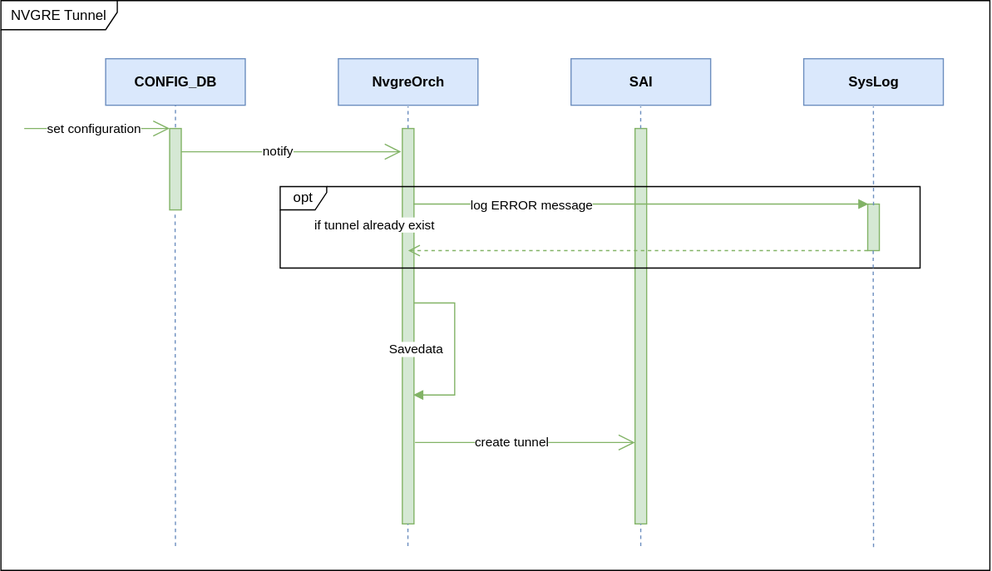
Earlier version of the draw.io export doc/nvgre_tunnel/images/nvgre_tunnel_create_uml.svg (sonic-net/SONiC). Source tidied: cells renumbered, new cells last; positions are measured from the earlier drawing's top-left corner, leaving out a move shared by most shapes.
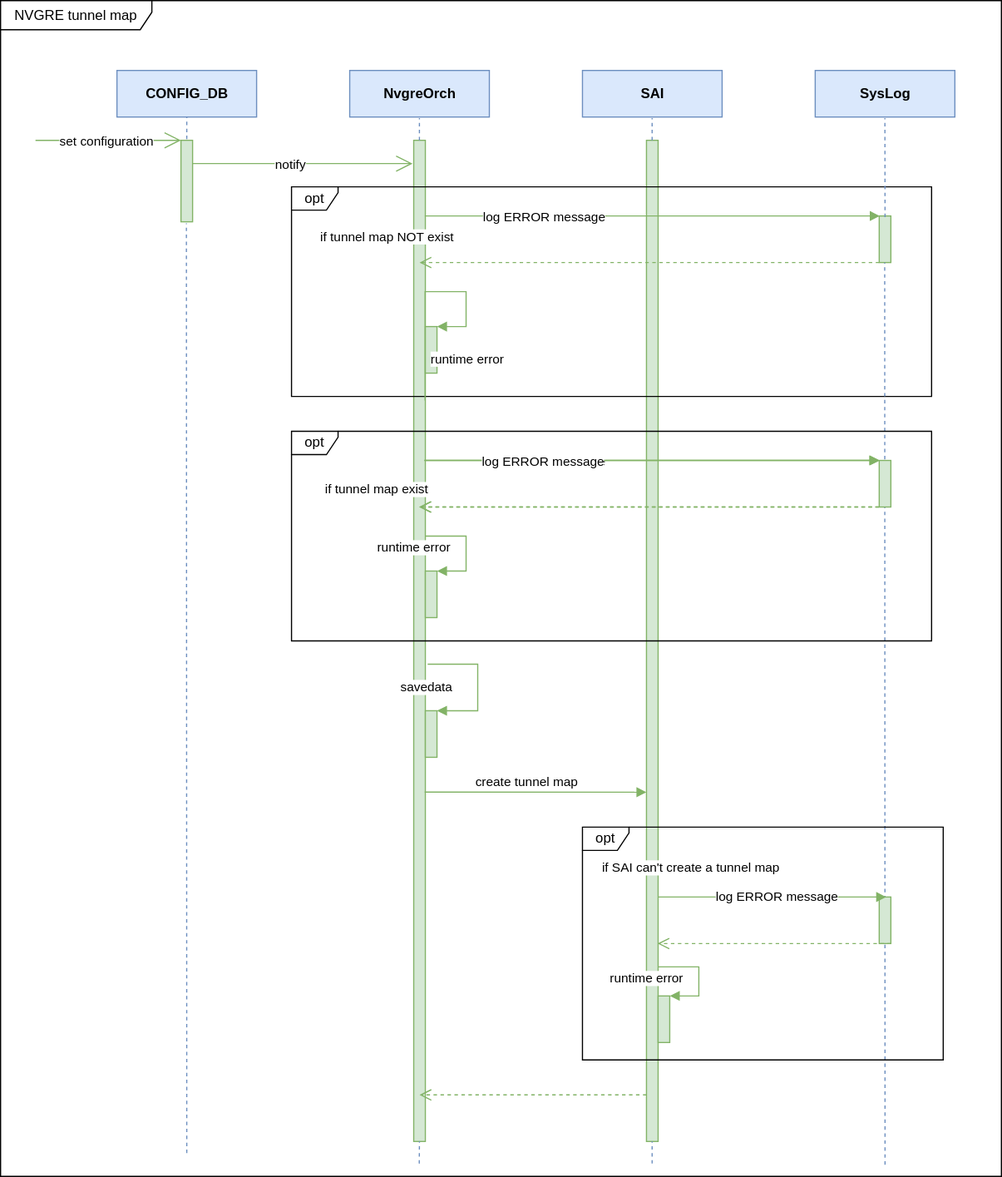
The same file after the commit.

Diff of the diagram source:
```diff
@@ -26,18 +26,8 @@
       </mxGeometry>
     </mxCell>
     <mxCell id="8" style="html=1;points=[];perimeter=orthogonalPerimeter;fillColor=#d5e8d4;strokeColor=#82b366;" parent="1" vertex="1">
-      <mxGeometry x="345" y="110" width="10" height="340" as="geometry" />
+      <mxGeometry x="345" y="110" width="10" height="860" as="geometry" />
     </mxCell>
-    <mxCell id="9" value="Savedata" style="edgeStyle=orthogonalEdgeStyle;html=1;align=left;spacingLeft=2;endArrow=block;rounded=0;shadow=0;fillColor=#d5e8d4;strokeColor=#82b366;entryX=0.944;entryY=0.674;entryDx=0;entryDy=0;entryPerimeter=0;" parent="1" edge="1" target="8">
-      <mxGeometry x="-1" y="-47" relative="1" as="geometry">
-        <mxPoint x="355" y="260" as="sourcePoint" />
-        <Array as="points">
-          <mxPoint x="390" y="260" />
-          <mxPoint x="390" y="339" />
-        </Array>
-        <mxPoint x="-25" y="-7" as="offset" />
-      </mxGeometry>
-    </mxCell>
     <mxCell id="10" style="endArrow=open;endFill=1;endSize=12;html=1;fillColor=#d5e8d4;strokeColor=#82b366;" parent="1" edge="1">
       <mxGeometry relative="1" as="geometry">
         <mxPoint x="155" y="130" as="sourcePoint" />
@@ -50,22 +40,12 @@
       </mxGeometry>
     </mxCell>
     <mxCell id="12" style="html=1;perimeter=orthogonalPerimeter;fillColor=#d5e8d4;strokeColor=#82b366;" parent="1" vertex="1">
-      <mxGeometry x="545" y="110" width="10" height="340" as="geometry" />
+      <mxGeometry x="545" y="110" width="10" height="860" as="geometry" />
     </mxCell>
-    <mxCell id="13" style="endArrow=open;endFill=1;endSize=12;html=1;fillColor=#d5e8d4;strokeColor=#82b366;exitX=1.091;exitY=0.794;exitDx=0;exitDy=0;exitPerimeter=0;" parent="1" edge="1" source="8">
-      <mxGeometry relative="1" as="geometry">
-        <mxPoint x="545" y="380" as="targetPoint" />
-      </mxGeometry>
-    </mxCell>
-    <mxCell id="14" value="create tunnel" style="edgeLabel;html=1;align=center;verticalAlign=middle;" parent="13" vertex="1">
-      <mxGeometry x="-0.28" y="3" relative="1" as="geometry">
-        <mxPoint x="15" y="3" as="offset" />
-      </mxGeometry>
-    </mxCell>
     <mxCell id="15" value="opt" style="shape=umlFrame;whiteSpace=wrap;html=1;width=40;height=20;fillColor=#FFFFFF;" parent="1" vertex="1">
-      <mxGeometry x="240" y="160" width="550" height="70" as="geometry" />
+      <mxGeometry x="240" y="150" width="550" height="180" as="geometry" />
     </mxCell>
-    <mxCell id="16" value="if tunnel already exist" style="edgeLabel;html=1;align=center;verticalAlign=middle;" parent="1" vertex="1">
+    <mxCell id="16" value="if tunnel map NOT exist" style="edgeLabel;html=1;align=center;verticalAlign=middle;" parent="1" vertex="1">
       <mxGeometry x="320" y="195" as="geometry">
         <mxPoint x="1" y="-2" as="offset" />
       </mxGeometry>
@@ -117,29 +97,163 @@
     </mxCell>
     <mxCell id="25" style="endArrow=none;dashed=1;html=1;shadow=0;fillColor=#dae8fc;strokeColor=#6c8ebf;" parent="1" edge="1">
       <mxGeometry relative="1" as="geometry">
-        <mxPoint x="750" y="470" as="sourcePoint" />
+        <mxPoint x="750" y="990" as="sourcePoint" />
         <mxPoint x="749.7" y="215" as="targetPoint" />
       </mxGeometry>
     </mxCell>
-    <mxCell id="26" style="endArrow=none;dashed=1;html=1;shadow=0;fillColor=#dae8fc;strokeColor=#6c8ebf;" parent="1" edge="1">
-      <mxGeometry relative="1" as="geometry">
-        <mxPoint x="549.9" y="469" as="sourcePoint" />
-        <mxPoint x="549.9" y="450" as="targetPoint" />
-      </mxGeometry>
-    </mxCell>
-    <mxCell id="27" style="endArrow=none;dashed=1;html=1;shadow=0;fillColor=#dae8fc;strokeColor=#6c8ebf;" parent="1" edge="1">
-      <mxGeometry relative="1" as="geometry">
-        <mxPoint x="349.8" y="469" as="sourcePoint" />
-        <mxPoint x="349.8" y="450" as="targetPoint" />
-      </mxGeometry>
-    </mxCell>
     <mxCell id="28" style="endArrow=none;dashed=1;html=1;shadow=0;fillColor=#dae8fc;strokeColor=#6c8ebf;entryX=0.467;entryY=1.018;entryDx=0;entryDy=0;entryPerimeter=0;" parent="1" edge="1" target="5">
       <mxGeometry relative="1" as="geometry">
-        <mxPoint x="150" y="469" as="sourcePoint" />
+        <mxPoint x="150" y="980" as="sourcePoint" />
       </mxGeometry>
     </mxCell>
-    <mxCell id="29" value="NVGRE Tunnel" style="shape=umlFrame;whiteSpace=wrap;html=1;fillColor=#FFFFFF;width=100;height=25;" parent="1" vertex="1">
-      <mxGeometry width="850" height="490" as="geometry" />
-    </mxCell>
+    <mxCell id="30" style="endArrow=none;dashed=1;html=1;shadow=0;fillColor=#dae8fc;strokeColor=#6c8ebf;" parent="1" edge="1">
+      <mxGeometry relative="1" as="geometry">
+        <mxPoint x="349.8" y="989" as="sourcePoint" />
+        <mxPoint x="349.8" y="970" as="targetPoint" />
+        <Array as="points">
+          <mxPoint x="349.9" y="970" />
+        </Array>
+      </mxGeometry>
+    </mxCell>
+    <mxCell id="31" style="endArrow=none;dashed=1;html=1;shadow=0;fillColor=#dae8fc;strokeColor=#6c8ebf;" parent="1" edge="1">
+      <mxGeometry relative="1" as="geometry">
+        <mxPoint x="549.9" y="989" as="sourcePoint" />
+        <mxPoint x="549.9" y="970" as="targetPoint" />
+      </mxGeometry>
+    </mxCell>
+    <mxCell id="32" value="NVGRE tunnel map" style="shape=umlFrame;whiteSpace=wrap;html=1;fillColor=#FFFFFF;width=130;height=25;" parent="1" vertex="1">
+      <mxGeometry x="-10" y="-10" width="860" height="1010" as="geometry" />
+    </mxCell>
+    <mxCell id="33" style="html=1;points=[];perimeter=orthogonalPerimeter;fillColor=#d5e8d4;strokeColor=#82b366;" parent="1" vertex="1">
+      <mxGeometry x="355" y="270" width="10" height="40" as="geometry" />
+    </mxCell>
+    <mxCell id="34" value="runtime error" style="edgeStyle=orthogonalEdgeStyle;html=1;align=left;spacingLeft=2;endArrow=block;rounded=0;entryX=1;entryY=0;exitX=0.981;exitY=0.26;exitDx=0;exitDy=0;exitPerimeter=0;fillColor=#d5e8d4;strokeColor=#82b366;" parent="1" edge="1" source="8" target="33">
+      <mxGeometry x="-1" y="-46" relative="1" as="geometry">
+        <Array as="points">
+          <mxPoint x="390" y="240" />
+          <mxPoint x="390" y="270" />
+        </Array>
+        <mxPoint x="-45" y="-36" as="offset" />
+      </mxGeometry>
+    </mxCell>
+    <mxCell id="35" value="opt" style="shape=umlFrame;whiteSpace=wrap;html=1;width=40;height=20;fillColor=#FFFFFF;" parent="1" vertex="1">
+      <mxGeometry x="240" y="360" width="550" height="180" as="geometry" />
+    </mxCell>
+    <mxCell id="36" style="html=1;perimeter=orthogonalPerimeter;fillColor=#d5e8d4;strokeColor=#82b366;" parent="1" vertex="1">
+      <mxGeometry x="745" y="385" width="10" height="40" as="geometry" />
+    </mxCell>
+    <mxCell id="37" value="log ERROR message" style="edgeStyle=orthogonalEdgeStyle;html=1;align=left;spacingLeft=2;endArrow=block;rounded=0;shadow=0;fillColor=#d5e8d4;strokeColor=#82b366;" parent="1" edge="1">
+      <mxGeometry x="-0.77" y="-1" relative="1" as="geometry">
+        <mxPoint x="354.5" y="385" as="sourcePoint" />
+        <mxPoint x="745.5" y="385" as="targetPoint" />
+        <Array as="points">
+          <mxPoint x="354.5" y="385" />
+        </Array>
+      </mxGeometry>
+    </mxCell>
+    <mxCell id="38" style="html=1;verticalAlign=bottom;endArrow=open;dashed=1;endSize=8;shadow=0;fillColor=#d5e8d4;strokeColor=#82b366;" parent="1" edge="1">
+      <mxGeometry relative="1" as="geometry">
+        <mxPoint x="745" y="425" as="sourcePoint" />
+        <mxPoint x="350" y="425" as="targetPoint" />
+      </mxGeometry>
+    </mxCell>
+    <mxCell id="39" style="html=1;points=[];perimeter=orthogonalPerimeter;fillColor=#d5e8d4;strokeColor=#82b366;" parent="1" vertex="1">
+      <mxGeometry x="355" y="480" width="10" height="40" as="geometry" />
+    </mxCell>
+    <mxCell id="40" value="runtime error" style="edgeStyle=orthogonalEdgeStyle;html=1;align=left;spacingLeft=2;endArrow=block;rounded=0;entryX=1;entryY=0;exitX=0.981;exitY=0.26;exitDx=0;exitDy=0;exitPerimeter=0;fillColor=#d5e8d4;strokeColor=#82b366;" parent="1" edge="1" target="39">
+      <mxGeometry x="-1" y="-46" relative="1" as="geometry">
+        <mxPoint x="354.8" y="450" as="sourcePoint" />
+        <Array as="points">
+          <mxPoint x="390" y="450" />
+          <mxPoint x="390" y="480" />
+        </Array>
+        <mxPoint x="-45" y="-36" as="offset" />
+      </mxGeometry>
+    </mxCell>
+    <mxCell id="41" value="if tunnel map exist" style="edgeLabel;html=1;align=center;verticalAlign=middle;" parent="1" vertex="1">
+      <mxGeometry x="360" y="195" as="geometry">
+        <mxPoint x="-48" y="215" as="offset" />
+      </mxGeometry>
+    </mxCell>
+    <mxCell id="42" style="html=1;points=[];perimeter=orthogonalPerimeter;fillColor=#d5e8d4;strokeColor=#82b366;" parent="1" vertex="1">
+      <mxGeometry x="355" y="600" width="10" height="40" as="geometry" />
+    </mxCell>
+    <mxCell id="43" value="savedata" style="edgeStyle=orthogonalEdgeStyle;html=1;align=left;spacingLeft=2;endArrow=block;rounded=0;entryX=1;entryY=0;fillColor=#d5e8d4;strokeColor=#82b366;" parent="1" edge="1" target="42">
+      <mxGeometry x="-1" y="-34" relative="1" as="geometry">
+        <mxPoint x="357" y="560" as="sourcePoint" />
+        <Array as="points">
+          <mxPoint x="357" y="560" />
+          <mxPoint x="400" y="560" />
+          <mxPoint x="400" y="600" />
+        </Array>
+        <mxPoint x="-27" y="-14" as="offset" />
+      </mxGeometry>
+    </mxCell>
+    <mxCell id="44" value="create tunnel map" style="html=1;verticalAlign=bottom;endArrow=block;fillColor=#d5e8d4;strokeColor=#82b366;exitX=0.939;exitY=0.651;exitDx=0;exitDy=0;exitPerimeter=0;" parent="1" edge="1" source="8">
+      <mxGeometry x="-0.08" relative="1" as="geometry">
+        <mxPoint x="545" y="670" as="targetPoint" />
+      </mxGeometry>
+    </mxCell>
+    <mxCell id="45" style="html=1;verticalAlign=bottom;endArrow=open;dashed=1;endSize=8;fillColor=#d5e8d4;strokeColor=#82b366;" parent="1" edge="1">
+      <mxGeometry relative="1" as="geometry">
+        <mxPoint x="545" y="930" as="sourcePoint" />
+        <mxPoint x="350" y="930" as="targetPoint" />
+      </mxGeometry>
+    </mxCell>
+    <mxCell id="46" value="log ERROR message" style="edgeStyle=orthogonalEdgeStyle;html=1;align=left;spacingLeft=2;endArrow=block;rounded=0;shadow=0;fillColor=#d5e8d4;strokeColor=#82b366;" parent="1" edge="1">
+      <mxGeometry x="-0.77" y="-1" relative="1" as="geometry">
+        <mxPoint x="354" y="385" as="sourcePoint" />
+        <mxPoint x="745" y="385" as="targetPoint" />
+        <Array as="points">
+          <mxPoint x="354" y="385" />
+        </Array>
+      </mxGeometry>
+    </mxCell>
+    <mxCell id="47" style="html=1;verticalAlign=bottom;endArrow=open;dashed=1;endSize=8;shadow=0;fillColor=#d5e8d4;strokeColor=#82b366;" parent="1" edge="1">
+      <mxGeometry relative="1" as="geometry">
+        <mxPoint x="744.5" y="425" as="sourcePoint" />
+        <mxPoint x="349.5" y="425" as="targetPoint" />
+      </mxGeometry>
+    </mxCell>
+    <mxCell id="48" value="opt" style="shape=umlFrame;whiteSpace=wrap;html=1;width=40;height=20;fillColor=#FFFFFF;" parent="1" vertex="1">
+      <mxGeometry x="490" y="700" width="310" height="200" as="geometry" />
+    </mxCell>
+    <mxCell id="49" style="html=1;perimeter=orthogonalPerimeter;fillColor=#d5e8d4;strokeColor=#82b366;" parent="1" vertex="1">
+      <mxGeometry x="745" y="760" width="10" height="40" as="geometry" />
+    </mxCell>
+    <mxCell id="50" style="html=1;points=[];perimeter=orthogonalPerimeter;fillColor=#d5e8d4;strokeColor=#82b366;" parent="1" vertex="1">
+      <mxGeometry x="555" y="845" width="10" height="40" as="geometry" />
+    </mxCell>
+    <mxCell id="51" value="runtime error" style="edgeStyle=orthogonalEdgeStyle;html=1;align=left;spacingLeft=2;endArrow=block;rounded=0;entryX=1;entryY=0;fillColor=#d5e8d4;strokeColor=#82b366;" parent="1" edge="1" target="50">
+      <mxGeometry x="-1" y="-46" relative="1" as="geometry">
+        <mxPoint x="555" y="820" as="sourcePoint" />
+        <Array as="points">
+          <mxPoint x="555" y="820" />
+          <mxPoint x="590" y="820" />
+          <mxPoint x="590" y="845" />
+        </Array>
+        <mxPoint x="-45" y="-36" as="offset" />
+      </mxGeometry>
+    </mxCell>
+    <mxCell id="52" value="log ERROR message" style="edgeStyle=orthogonalEdgeStyle;html=1;align=left;spacingLeft=2;endArrow=block;rounded=0;shadow=0;fillColor=#d5e8d4;strokeColor=#82b366;" parent="1" edge="1">
+      <mxGeometry x="-0.53" relative="1" as="geometry">
+        <mxPoint x="555" y="760" as="sourcePoint" />
+        <mxPoint x="751" y="760" as="targetPoint" />
+        <Array as="points">
+          <mxPoint x="555" y="760" />
+        </Array>
+      </mxGeometry>
+    </mxCell>
+    <mxCell id="53" style="html=1;verticalAlign=bottom;endArrow=open;dashed=1;endSize=8;shadow=0;fillColor=#d5e8d4;strokeColor=#82b366;" parent="1" edge="1">
+      <mxGeometry relative="1" as="geometry">
+        <mxPoint x="755" y="800" as="sourcePoint" />
+        <mxPoint x="554.5" y="800" as="targetPoint" />
+      </mxGeometry>
+    </mxCell>
+    <mxCell id="54" value="if SAI can't create a tunnel map" style="edgeLabel;html=1;align=center;verticalAlign=middle;" parent="1" vertex="1">
+      <mxGeometry x="630" y="520" as="geometry">
+        <mxPoint x="-48" y="215" as="offset" />
+      </mxGeometry>
+    </mxCell>
   </root>
 </mxGraphModel>
```
